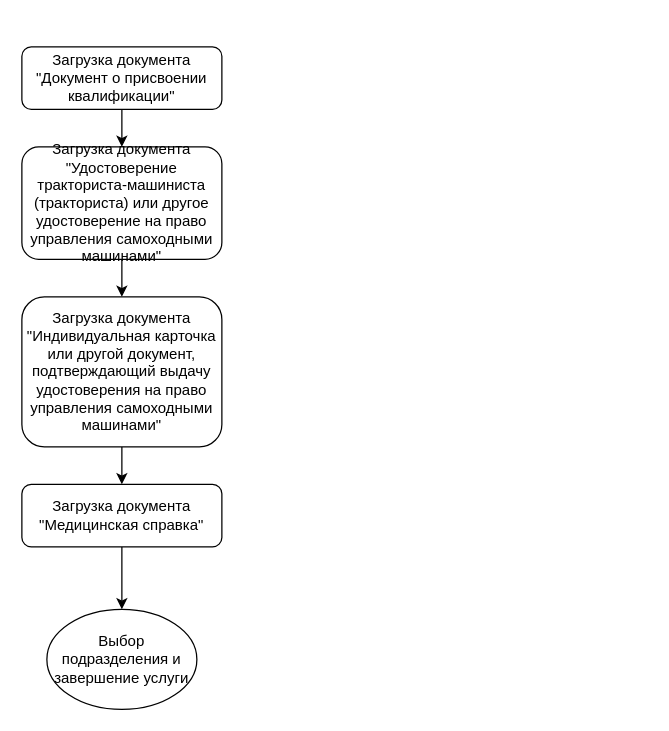
ainaraslan/test keeps this draw.io diagram as page "Присвоение квалификации в рамках имеющихся категорий" (2 of 8) of Untitled Diagram.drawio. Above is the earlier version. Source tidied: cells renumbered, new cells numbered last; positions are measured from the earlier drawing's top-left corner, leaving out a move shared by most shapes. Both pictures are drawn from the tidied source at 125%, with x=0, y=0 at pixel (21, 46).
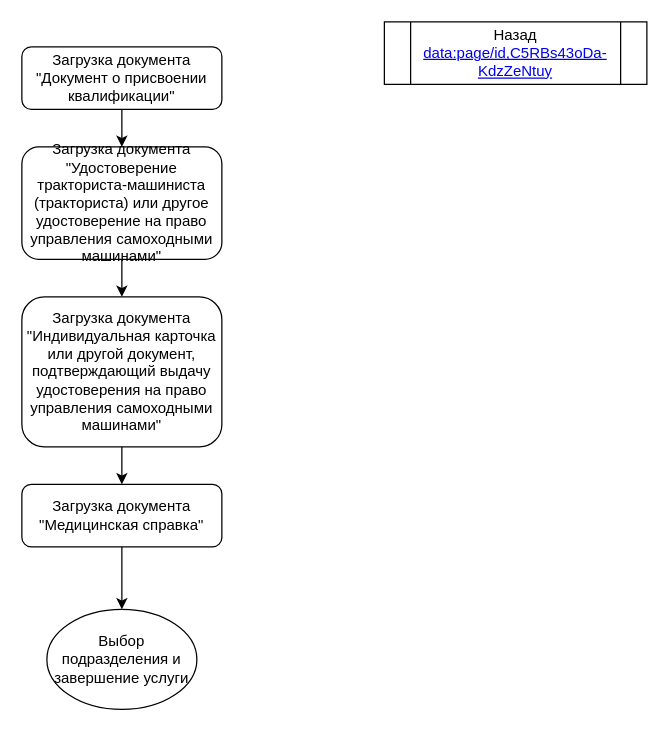
The same diagram, later.

What changed in the source:
```diff
@@
 <mxGraphModel>
   <root>
     <mxCell id="0" />
     <mxCell id="1" parent="0" />
     <mxCell id="2" style="edgeStyle=orthogonalEdgeStyle;rounded=0;jettySize=auto;html=1;entryX=0.5;entryY=0;entryDx=0;entryDy=0;" parent="1" edge="1" source="3" target="5">
       <mxGeometry relative="1" as="geometry" />
     </mxCell>
     <mxCell id="3" value="Загрузка документа &quot;Документ о присвоении квалификации&quot;" style="rounded=1;whiteSpace=wrap;html=1;shadow=0;strokeWidth=1;" parent="1" vertex="1">
       <mxGeometry width="160" height="50" as="geometry" />
     </mxCell>
     <mxCell id="4" style="edgeStyle=orthogonalEdgeStyle;rounded=0;jettySize=auto;html=1;entryX=0.5;entryY=0;entryDx=0;entryDy=0;" parent="1" edge="1" source="5" target="7">
       <mxGeometry relative="1" as="geometry" />
     </mxCell>
     <mxCell id="5" value="Загрузка документа &quot;Удостоверение тракториста-машиниста (тракториста) или другое удостоверение на право управления самоходными машинами&quot;" style="rounded=1;whiteSpace=wrap;html=1;shadow=0;strokeWidth=1;" parent="1" vertex="1">
       <mxGeometry y="80" width="160" height="90" as="geometry" />
     </mxCell>
     <mxCell id="6" style="edgeStyle=orthogonalEdgeStyle;rounded=0;jettySize=auto;html=1;entryX=0.5;entryY=0;entryDx=0;entryDy=0;" parent="1" edge="1" source="7" target="9">
       <mxGeometry relative="1" as="geometry" />
     </mxCell>
     <mxCell id="7" value="Загрузка документа &quot;Индивидуальная карточка или другой документ, подтверждающий выдачу удостоверения на право управления самоходными машинами&quot;" style="rounded=1;whiteSpace=wrap;html=1;shadow=0;strokeWidth=1;" parent="1" vertex="1">
       <mxGeometry y="200" width="160" height="120" as="geometry" />
     </mxCell>
     <mxCell id="8" style="edgeStyle=orthogonalEdgeStyle;rounded=0;jettySize=auto;html=1;entryX=0.5;entryY=0;entryDx=0;entryDy=0;" parent="1" edge="1" source="9" target="10">
       <mxGeometry relative="1" as="geometry" />
     </mxCell>
     <mxCell id="9" value="Загрузка документа &quot;Медицинская справка&quot;" style="rounded=1;whiteSpace=wrap;html=1;shadow=0;strokeWidth=1;" parent="1" vertex="1">
       <mxGeometry y="350" width="160" height="50" as="geometry" />
     </mxCell>
     <mxCell id="10" value="Выбор подразделения и завершение услуги" style="ellipse;whiteSpace=wrap;html=1;shadow=0;strokeWidth=1;" parent="1" vertex="1">
       <mxGeometry x="20" y="450" width="120" height="80" as="geometry" />
     </mxCell>
+    <mxCell id="11" value="Назад&lt;br&gt;&lt;a href=&quot;data:page/id,C5RBs43oDa-KdzZeNtuy&quot;&gt;data:page/id,C5RBs43oDa-KdzZeNtuy&lt;/a&gt;" style="shape=process;whiteSpace=wrap;html=1;backgroundOutline=1;shadow=0;strokeWidth=1;" parent="1" vertex="1">
+      <mxGeometry x="290" y="-20" width="210" height="50" as="geometry" />
+    </mxCell>
   </root>
 </mxGraphModel>
```
